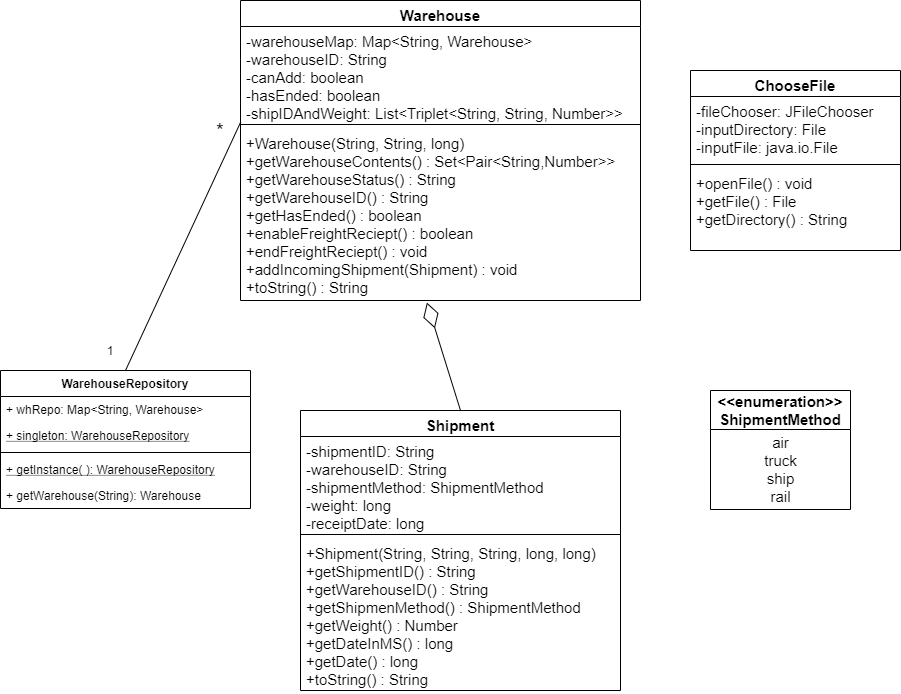
f3z087/RANDOMNAME keeps this draw.io diagram as ClassDiagram.png. Above is the earlier version. Source tidied: cells renumbered, new cells last; positions are measured from the earlier drawing's top-left corner, leaving out a move shared by most shapes.
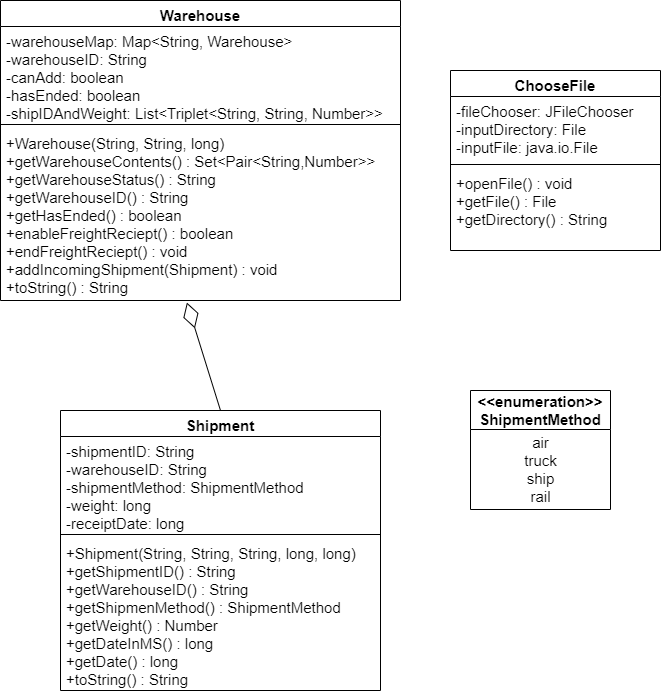
Above is the later version.

Commit message:
class diagram randomname

What changed in the source:
```diff
@@ -47,32 +47,5 @@
     <mxCell id="16" style="endArrow=diamondThin;endFill=0;endSize=24;html=1;fontSize=15;exitX=0.5;exitY=0;exitDx=0;exitDy=0;entryX=0.466;entryY=1.012;entryDx=0;entryDy=0;entryPerimeter=0;" parent="1" edge="1" source="6" target="5">
       <mxGeometry relative="1" as="geometry" />
     </mxCell>
-    <mxCell id="17" value="WarehouseRepository" style="swimlane;fontStyle=1;align=center;verticalAlign=top;horizontal=1;startSize=26;" parent="1" vertex="1">
-      <mxGeometry y="370" width="250" height="138" as="geometry" />
-    </mxCell>
-    <mxCell id="18" value="+ whRepo: Map&lt;String, Warehouse&gt;" style="text;strokeColor=none;fillColor=none;align=left;verticalAlign=top;spacingLeft=4;spacingRight=4;overflow=hidden;" parent="17" vertex="1">
-      <mxGeometry y="26" width="250" height="26" as="geometry" />
-    </mxCell>
-    <mxCell id="19" value="+ singleton: WarehouseRepository" style="text;strokeColor=none;fillColor=none;align=left;verticalAlign=top;spacingLeft=4;spacingRight=4;overflow=hidden;fontStyle=4;" parent="17" vertex="1">
-      <mxGeometry y="52" width="250" height="26" as="geometry" />
-    </mxCell>
-    <mxCell id="20" style="line;strokeWidth=1;fillColor=none;align=left;verticalAlign=middle;spacingTop=-1;spacingLeft=3;spacingRight=3;labelPosition=right;" parent="17" vertex="1">
-      <mxGeometry y="78" width="250" height="8" as="geometry" />
-    </mxCell>
-    <mxCell id="21" value="+ getInstance( ): WarehouseRepository" style="text;strokeColor=none;fillColor=none;align=left;verticalAlign=top;spacingLeft=4;spacingRight=4;overflow=hidden;fontStyle=4;" parent="17" vertex="1">
-      <mxGeometry y="86" width="250" height="26" as="geometry" />
-    </mxCell>
-    <mxCell id="22" value="+ getWarehouse(String): Warehouse" style="text;strokeColor=none;fillColor=none;align=left;verticalAlign=top;spacingLeft=4;spacingRight=4;overflow=hidden;" parent="17" vertex="1">
-      <mxGeometry y="112" width="250" height="26" as="geometry" />
-    </mxCell>
-    <mxCell id="23" style="endArrow=none;html=1;exitX=0.5;exitY=0;exitDx=0;exitDy=0;entryX=0;entryY=-0.035;entryDx=0;entryDy=0;entryPerimeter=0;" parent="1" edge="1" source="17" target="5">
-      <mxGeometry relative="1" as="geometry" />
-    </mxCell>
-    <mxCell id="24" value="1" style="text;html=1;strokeColor=none;fillColor=none;align=center;verticalAlign=middle;whiteSpace=wrap;rounded=0;" parent="1" vertex="1">
-      <mxGeometry x="90" y="340" width="40" height="20" as="geometry" />
-    </mxCell>
-    <mxCell id="25" value="&lt;font style=&quot;font-size: 20px&quot;&gt;*&lt;/font&gt;" style="text;html=1;strokeColor=none;fillColor=none;align=center;verticalAlign=middle;whiteSpace=wrap;rounded=0;" parent="1" vertex="1">
-      <mxGeometry x="210" y="120" width="20" height="20" as="geometry" />
-    </mxCell>
   </root>
 </mxGraphModel>
```
